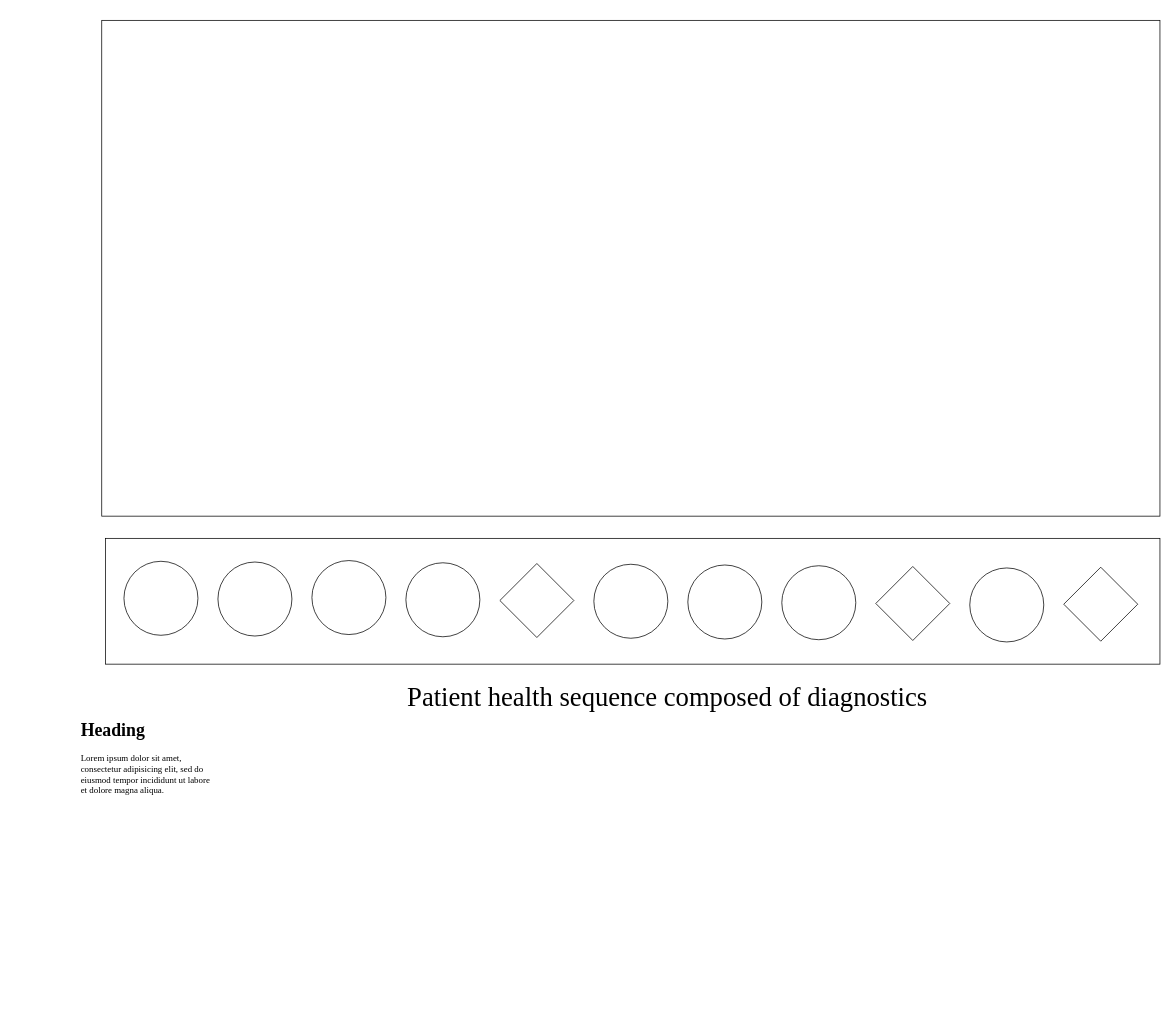
Before: Diagramme sans nom.drawio in Basso42/BEHRT, a draw.io diagram. Source tidied: cells renumbered, new cells numbered last; positions are measured from the earlier drawing's top-left corner, leaving out a move shared by most shapes. Both pictures are drawn from the tidied source at 74%, with x=0, y=0 at pixel (77, 20).
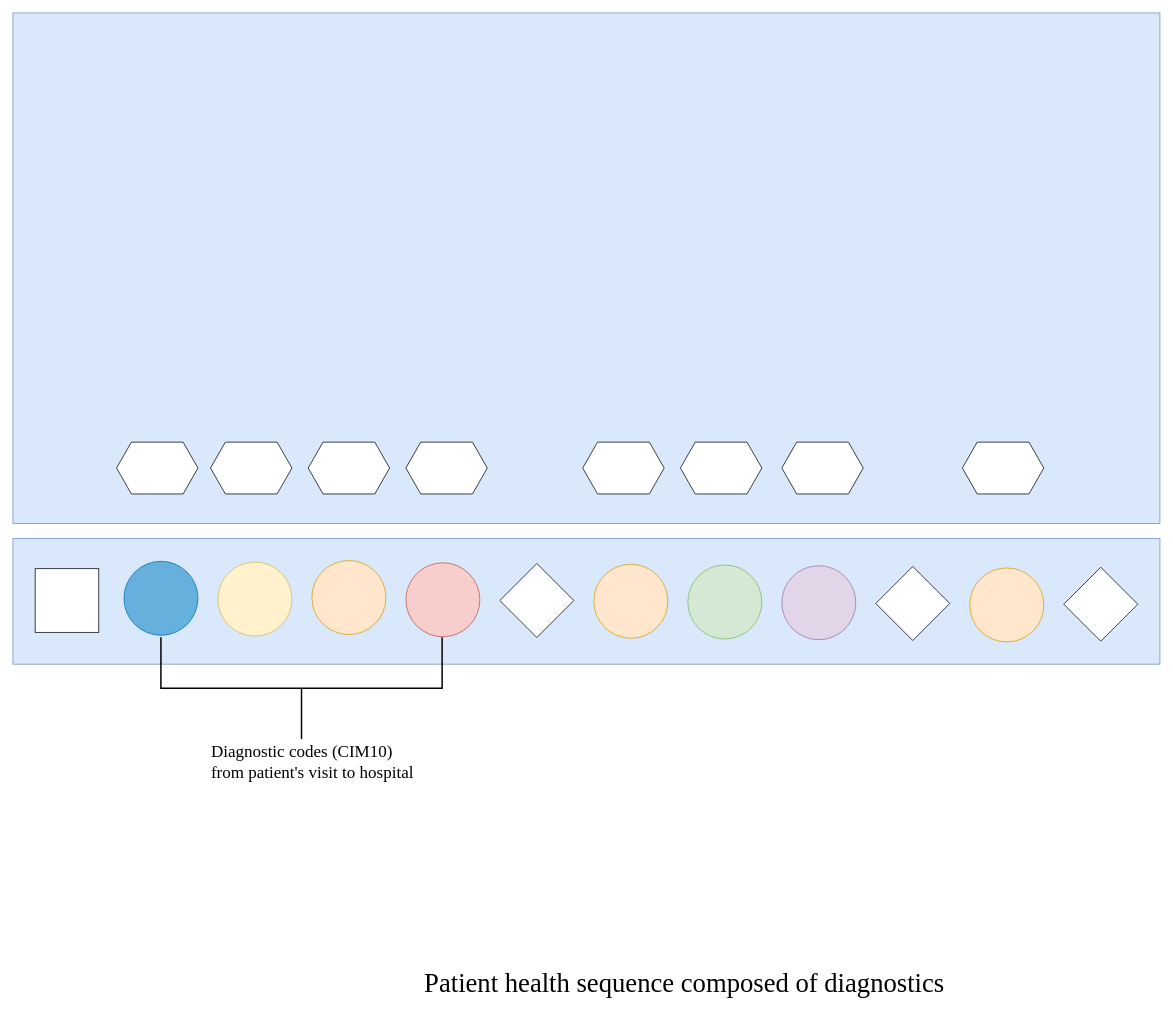
After the change.

Commit message:
Mettre à jour Diagramme sans nom.drawio

The edit, as a diff of the source:
```diff
@@
+    <mxCell id="13" style="rounded=0;whiteSpace=wrap;html=1;fillColor=#dae8fc;flipH=1;strokeColor=#6c8ebf;" parent="1" vertex="1">
+      <mxGeometry x="-87" y="700" width="1550" height="170" as="geometry" />
+    </mxCell>
-    <mxCell id="2" style="ellipse;whiteSpace=wrap;html=1;fillColor=none;flipH=1;" parent="1" vertex="1">
+    <mxCell id="2" style="ellipse;whiteSpace=wrap;html=1;fillColor=#ffe6cc;flipH=1;strokeColor=#d79b00;" parent="1" vertex="1">
       <mxGeometry x="317" y="730" width="100" height="100" as="geometry" />
     </mxCell>
-    <mxCell id="3" style="ellipse;whiteSpace=wrap;html=1;fillColor=none;flipH=1;" parent="1" vertex="1">
+    <mxCell id="3" style="ellipse;whiteSpace=wrap;html=1;fillColor=#65b0dc;flipH=1;strokeColor=#006EAF;fontColor=#ffffff;" parent="1" vertex="1">
       <mxGeometry x="63" y="731" width="100" height="100" as="geometry" />
     </mxCell>
-    <mxCell id="4" style="ellipse;whiteSpace=wrap;html=1;fillColor=none;flipH=1;" parent="1" vertex="1">
+    <mxCell id="4" style="ellipse;whiteSpace=wrap;html=1;fillColor=#fff2cc;flipH=1;strokeColor=#d6b656;" parent="1" vertex="1">
       <mxGeometry x="190" y="732" width="100" height="100" as="geometry" />
     </mxCell>
-    <mxCell id="5" style="ellipse;whiteSpace=wrap;html=1;fillColor=none;flipH=1;" parent="1" vertex="1">
+    <mxCell id="5" style="ellipse;whiteSpace=wrap;html=1;fillColor=#f8cecc;flipH=1;strokeColor=#b85450;" parent="1" vertex="1">
       <mxGeometry x="444" y="733" width="100" height="100" as="geometry" />
     </mxCell>
-    <mxCell id="6" style="rhombus;whiteSpace=wrap;html=1;flipH=1;" parent="1" vertex="1">
+    <mxCell id="6" style="rhombus;whiteSpace=wrap;html=1;flipH=0;direction=north;" parent="1" vertex="1">
       <mxGeometry x="571" y="734" width="100" height="100" as="geometry" />
     </mxCell>
-    <mxCell id="7" style="ellipse;whiteSpace=wrap;html=1;fillColor=none;flipH=1;" parent="1" vertex="1">
+    <mxCell id="7" style="ellipse;whiteSpace=wrap;html=1;fillColor=#ffe6cc;flipH=1;strokeColor=#d79b00;" parent="1" vertex="1">
       <mxGeometry x="698" y="735" width="100" height="100" as="geometry" />
     </mxCell>
-    <mxCell id="8" style="ellipse;whiteSpace=wrap;html=1;fillColor=none;flipH=1;" parent="1" vertex="1">
+    <mxCell id="8" style="ellipse;whiteSpace=wrap;html=1;fillColor=#d5e8d4;flipH=1;strokeColor=#82b366;" parent="1" vertex="1">
       <mxGeometry x="825" y="736" width="100" height="100" as="geometry" />
     </mxCell>
-    <mxCell id="9" style="ellipse;whiteSpace=wrap;html=1;fillColor=none;flipH=1;" parent="1" vertex="1">
+    <mxCell id="9" style="ellipse;whiteSpace=wrap;html=1;fillColor=#e1d5e7;flipH=1;strokeColor=#9673a6;" parent="1" vertex="1">
       <mxGeometry x="952" y="737" width="100" height="100" as="geometry" />
     </mxCell>
@@
-    <mxCell id="11" style="ellipse;whiteSpace=wrap;html=1;fillColor=none;flipH=1;" parent="1" vertex="1">
+    <mxCell id="11" style="ellipse;whiteSpace=wrap;html=1;fillColor=#ffe6cc;flipH=1;strokeColor=#d79b00;" parent="1" vertex="1">
       <mxGeometry x="1206" y="740" width="100" height="100" as="geometry" />
     </mxCell>
@@
-    <mxCell id="13" style="rounded=0;whiteSpace=wrap;html=1;fillColor=none;flipH=1;" parent="1" vertex="1">
-      <mxGeometry x="38" y="700" width="1425" height="170" as="geometry" />
-    </mxCell>
     <mxCell id="14" value="&lt;font face=&quot;Garamond&quot;&gt;Patient health sequence composed of diagnostics &lt;/font&gt;" style="text;html=1;strokeColor=none;fillColor=none;align=center;verticalAlign=middle;whiteSpace=wrap;rounded=0;fontSize=36;" parent="1" vertex="1">
-      <mxGeometry x="443" y="880" width="709" height="70" as="geometry" />
+      <mxGeometry x="465.9" y="1265.7" width="709" height="70" as="geometry" />
     </mxCell>
-    <mxCell id="15" value="&lt;h1&gt;Heading&lt;/h1&gt;&lt;p&gt;Lorem ipsum dolor sit amet, consectetur adipisicing elit, sed do eiusmod tempor incididunt ut labore et dolore magna aliqua.&lt;/p&gt;" style="text;html=1;strokeColor=none;fillColor=none;spacing=5;spacingTop=-20;whiteSpace=wrap;overflow=hidden;rounded=0;fontFamily=Garamond;" parent="1" vertex="1">
-      <mxGeometry y="940" width="190" height="120" as="geometry" />
+    <mxCell id="15" value="&lt;h1 style=&quot;font-size: 23px;&quot;&gt;&lt;font style=&quot;font-size: 23px;&quot;&gt;&lt;span style=&quot;font-weight: normal;&quot;&gt;Diagnostic codes (CIM10) from patient's visit to hospital&lt;/span&gt;&lt;br&gt;&lt;/font&gt;&lt;/h1&gt;&lt;p style=&quot;font-size: 23px;&quot;&gt;&lt;font style=&quot;font-size: 23px;&quot;&gt;&lt;br&gt;&lt;/font&gt;&lt;/p&gt;" style="text;html=1;strokeColor=none;fillColor=none;spacing=5;spacingTop=-20;whiteSpace=wrap;overflow=hidden;rounded=0;fontFamily=Garamond;fontStyle=0;" parent="1" vertex="1">
+      <mxGeometry x="175.5" y="970" width="297.5" height="60" as="geometry" />
     </mxCell>
-    <mxCell id="16" style="rounded=0;whiteSpace=wrap;html=1;fillColor=none;" parent="1" vertex="1">
-      <mxGeometry x="33" width="1430" height="670" as="geometry" />
+    <mxCell id="16" style="rounded=0;whiteSpace=wrap;html=1;fillColor=#dae8fc;strokeColor=#6c8ebf;" parent="1" vertex="1">
+      <mxGeometry x="-87" y="-10" width="1550" height="690" as="geometry" />
     </mxCell>
+    <mxCell id="17" style="shape=hexagon;perimeter=hexagonPerimeter2;whiteSpace=wrap;html=1;fixedSize=1;" parent="1" vertex="1">
+      <mxGeometry x="53" y="570" width="110" height="70" as="geometry" />
+    </mxCell>
+    <mxCell id="18" style="shape=hexagon;perimeter=hexagonPerimeter2;whiteSpace=wrap;html=1;fixedSize=1;" parent="1" vertex="1">
+      <mxGeometry x="815" y="570" width="110" height="70" as="geometry" />
+    </mxCell>
+    <mxCell id="19" style="shape=hexagon;perimeter=hexagonPerimeter2;whiteSpace=wrap;html=1;fixedSize=1;" parent="1" vertex="1">
+      <mxGeometry x="683" y="570" width="110" height="70" as="geometry" />
+    </mxCell>
+    <mxCell id="20" style="shape=hexagon;perimeter=hexagonPerimeter2;whiteSpace=wrap;html=1;fixedSize=1;" parent="1" vertex="1">
+      <mxGeometry x="444" y="570" width="110" height="70" as="geometry" />
+    </mxCell>
+    <mxCell id="21" style="shape=hexagon;perimeter=hexagonPerimeter2;whiteSpace=wrap;html=1;fixedSize=1;" parent="1" vertex="1">
+      <mxGeometry x="312" y="570" width="110" height="70" as="geometry" />
+    </mxCell>
+    <mxCell id="22" style="shape=hexagon;perimeter=hexagonPerimeter2;whiteSpace=wrap;html=1;fixedSize=1;" parent="1" vertex="1">
+      <mxGeometry x="180" y="570" width="110" height="70" as="geometry" />
+    </mxCell>
+    <mxCell id="23" style="shape=hexagon;perimeter=hexagonPerimeter2;whiteSpace=wrap;html=1;fixedSize=1;" parent="1" vertex="1">
+      <mxGeometry x="1196" y="570" width="110" height="70" as="geometry" />
+    </mxCell>
+    <mxCell id="24" style="shape=hexagon;perimeter=hexagonPerimeter2;whiteSpace=wrap;html=1;fixedSize=1;" parent="1" vertex="1">
+      <mxGeometry x="952" y="570" width="110" height="70" as="geometry" />
+    </mxCell>
+    <mxCell id="25" style="strokeWidth=2;html=1;shape=mxgraph.flowchart.annotation_2;align=left;labelPosition=right;rotation=-90;" parent="1" vertex="1">
+      <mxGeometry x="234.2" y="712.5" width="137.5" height="380" as="geometry" />
+    </mxCell>
+    <mxCell id="26" style="whiteSpace=wrap;html=1;direction=east;flipH=1;flipV=1;strokeColor=#000000;" parent="1" vertex="1">
+      <mxGeometry x="-57" y="741" width="86" height="86" as="geometry" />
+    </mxCell>
```
